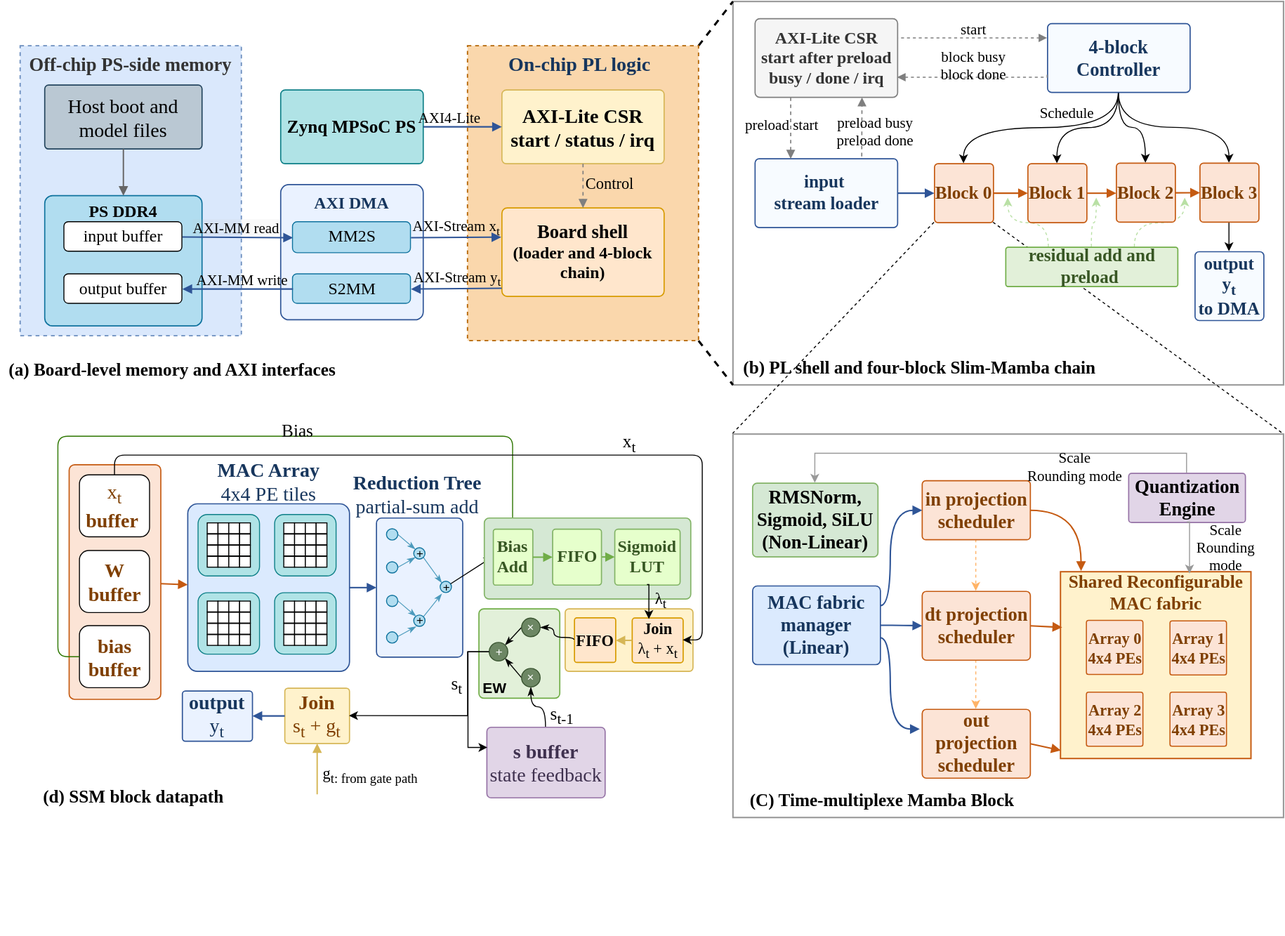
Above: thesis/generated_figures/tcas_hardware_architecture.svg in Elison-debug/Cmamba_reconstruct (draw.io), before the change. Source tidied: cells renumbered, new cells last; positions are measured from the earlier drawing's top-left corner, leaving out a move shared by most shapes.
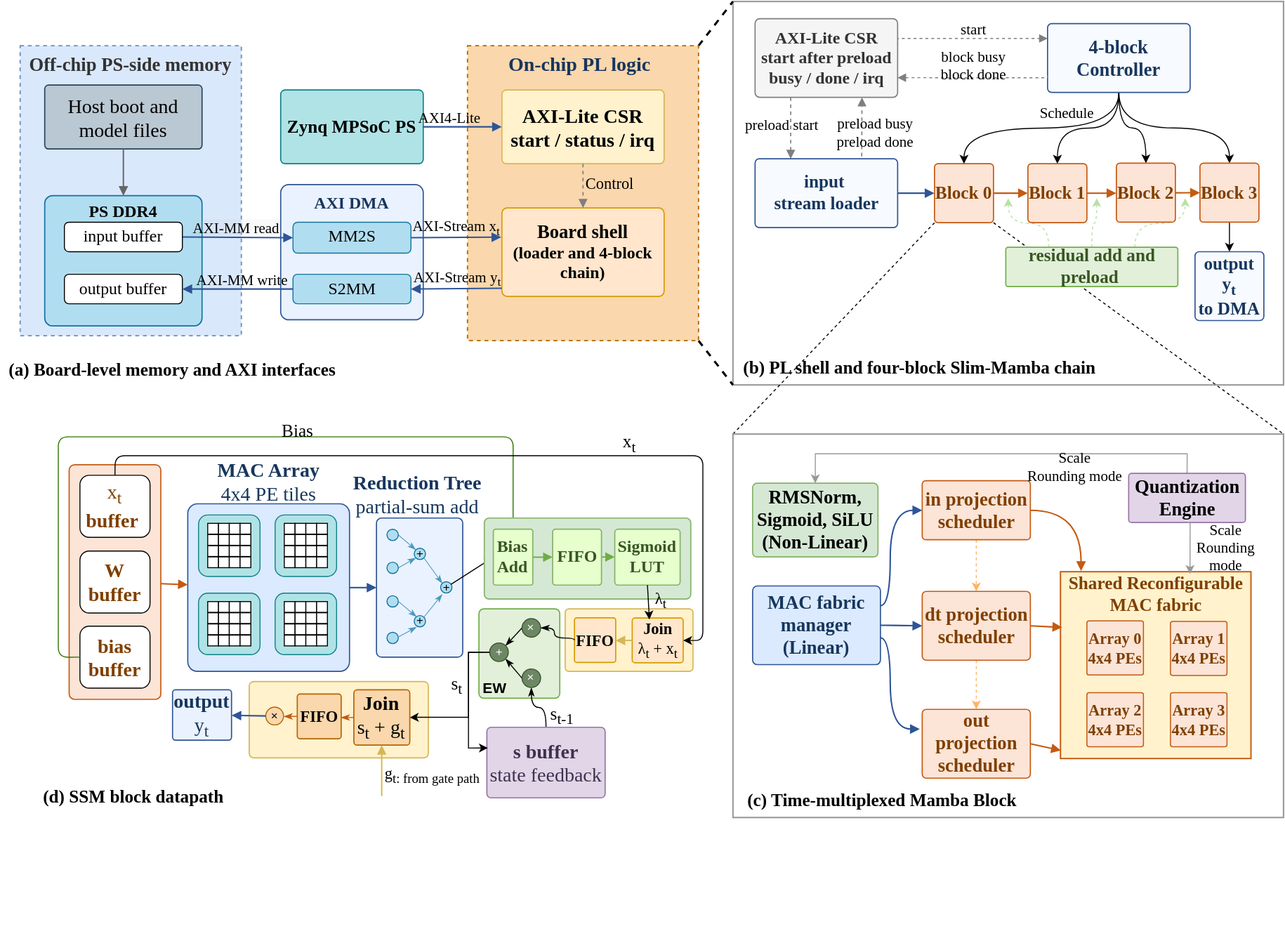
Later version of the same file.

Change to the diagram source:
```diff
@@ -2,6 +2,33 @@
   <root>
     <mxCell id="0" />
     <mxCell id="1" parent="0" />
+    <mxCell id="245" style="group;" parent="1" vertex="1">
+      <mxGeometry x="253" y="691.7" width="182.2" height="77.7" as="geometry" />
+    </mxCell>
+    <mxCell id="246" style="rounded=1;whiteSpace=wrap;html=1;arcSize=6;strokeColor=#d6b656;fillColor=#fff2cc;fontFamily=Times New Roman;fontSize=13;fontStyle=1;fontColor=#7F3F00;strokeWidth=1.2;" parent="245" vertex="1">
+      <mxGeometry width="182.2" height="77.7" as="geometry" />
+    </mxCell>
+    <mxCell id="247" value="×" style="ellipse;whiteSpace=wrap;html=1;fillColor=#fad7ac;strokeColor=#b46504;" parent="245" vertex="1">
+      <mxGeometry x="16.8" y="26" width="18.1" height="18.1" as="geometry" />
+    </mxCell>
+    <mxCell id="248" value="&lt;div&gt;&lt;font style=&quot;font-size: 16px;&quot;&gt;FIFO&lt;/font&gt;&lt;/div&gt;" style="rounded=1;whiteSpace=wrap;html=1;arcSize=6;strokeColor=#b46504;fillColor=#fad7ac;fontFamily=Times New Roman;fontSize=13;fontStyle=1;strokeWidth=1.2;" parent="245" vertex="1">
+      <mxGeometry x="48.9" y="12.7" width="44.6" height="45.5" as="geometry" />
+    </mxCell>
+    <mxCell id="101" value="&lt;div&gt;&lt;font style=&quot;color: light-dark(rgb(0, 0, 0), rgb(237, 237, 237));&quot;&gt;Join&lt;/font&gt;&lt;/div&gt;&lt;div&gt;&lt;span style=&quot;font-weight: normal;&quot;&gt;&lt;font style=&quot;color: light-dark(rgb(0, 0, 0), rgb(237, 237, 237));&quot;&gt;s&lt;sub style=&quot;&quot;&gt;t&lt;/sub&gt; + g&lt;sub style=&quot;&quot;&gt;t&lt;/sub&gt;&lt;/font&gt;&lt;/span&gt;&lt;/div&gt;" style="rounded=1;whiteSpace=wrap;html=1;arcSize=6;strokeColor=#b46504;fillColor=#fad7ac;fontFamily=Times New Roman;fontSize=20;fontStyle=1;strokeWidth=1.2;" parent="245" vertex="1">
+      <mxGeometry x="106.4" y="8.5" width="56.9" height="56.3" as="geometry" />
+    </mxCell>
+    <mxCell id="249" style="edgeStyle=orthogonalEdgeStyle;rounded=0;jettySize=auto;html=1;exitX=0;exitY=0.5;exitDx=0;exitDy=0;entryX=1;entryY=0.5;entryDx=0;entryDy=0;endArrow=classicThin;endFill=1;strokeColor=#C55A11;" parent="245" edge="1" source="248" target="247">
+      <mxGeometry relative="1" as="geometry" />
+    </mxCell>
+    <mxCell id="231" style="edgeStyle=orthogonalEdgeStyle;rounded=0;orthogonalLoop=1;jettySize=auto;html=1;entryX=1;entryY=0.5;entryDx=0;entryDy=0;endArrow=block;endFill=1;strokeWidth=1.4;strokeColor=light-dark(#d6b656, #ededed);" parent="245" edge="1">
+      <mxGeometry relative="1" as="geometry">
+        <mxPoint x="134.8" y="116.4" as="sourcePoint" />
+        <mxPoint x="134.8" y="64.7" as="targetPoint" />
+      </mxGeometry>
+    </mxCell>
+    <mxCell id="250" style="edgeStyle=orthogonalEdgeStyle;rounded=0;jettySize=auto;html=1;exitX=0;exitY=0.5;exitDx=0;exitDy=0;endArrow=classicThin;endFill=1;entryX=0.991;entryY=0.541;entryDx=0;entryDy=0;entryPerimeter=0;strokeColor=#C55A11;" parent="245" edge="1" source="101" target="248">
+      <mxGeometry relative="1" as="geometry" />
+    </mxCell>
     <mxCell id="2" style="rounded=0;whiteSpace=wrap;html=1;strokeColor=light-dark(#999999,#EDEDED);fillColor=none;fontFamily=Times New Roman;fontSize=18;fontStyle=1;fontColor=#000000;strokeWidth=1.5;" parent="1" vertex="1">
       <mxGeometry x="745" width="560" height="390" as="geometry" />
     </mxCell>
@@ -228,7 +255,7 @@
     <mxCell id="69" value="&lt;font face=&quot;Times New Roman&quot;&gt;block busy&lt;/font&gt;&lt;div&gt;&lt;font face=&quot;Times New Roman&quot;&gt;block done&lt;/font&gt;&lt;/div&gt;" style="text;html=1;whiteSpace=wrap;strokeColor=none;fillColor=none;align=center;verticalAlign=middle;rounded=0;fontSize=15;" parent="1" vertex="1">
       <mxGeometry x="950" y="54.5" width="80" height="20" as="geometry" />
     </mxCell>
-    <mxCell id="70" value="&lt;span style=&quot;font-family: &amp;quot;Times New Roman&amp;quot;; font-size: 18px; font-weight: 700;&quot;&gt;(C) Time-multiplexe Mamba Block&lt;/span&gt;" style="text;html=1;whiteSpace=wrap;strokeColor=none;fillColor=none;align=center;verticalAlign=middle;rounded=0;" parent="1" vertex="1">
+    <mxCell id="70" value="&lt;span style=&quot;font-family: &amp;quot;Times New Roman&amp;quot;; font-size: 18px; font-weight: 700;&quot;&gt;(c) Time-multiplexed Mamba Block&lt;/span&gt;" style="text;html=1;whiteSpace=wrap;strokeColor=none;fillColor=none;align=center;verticalAlign=middle;rounded=0;" parent="1" vertex="1">
       <mxGeometry x="757.5" y="797.5" width="277.5" height="30" as="geometry" />
     </mxCell>
     <mxCell id="71" value="&lt;span style=&quot;color: rgb(127, 63, 0); font-family: &amp;quot;Times New Roman&amp;quot;; font-weight: 700;&quot;&gt;&lt;font style=&quot;font-size: 18px;&quot;&gt;Shared Reconfigurable MAC fabric&lt;/font&gt;&lt;/span&gt;" style="text;html=1;whiteSpace=wrap;strokeColor=none;fillColor=none;align=center;verticalAlign=middle;rounded=0;fontSize=16;" parent="1" vertex="1">
@@ -337,9 +364,6 @@
     <mxCell id="100" value="&lt;div&gt;&lt;br&gt;&lt;/div&gt;" style="rounded=1;whiteSpace=wrap;html=1;arcSize=6;strokeColor=#70AD47;fillColor=#E2F0D9;fontFamily=Times New Roman;fontSize=13;fontStyle=1;fontColor=#375623;strokeWidth=1.2;" parent="1" vertex="1">
       <mxGeometry x="486.6" y="617.8" width="82.3" height="90.9" as="geometry" />
     </mxCell>
-    <mxCell id="101" value="&lt;div&gt;Join&lt;/div&gt;&lt;div&gt;&lt;span style=&quot;font-weight: normal;&quot;&gt;s&lt;sub&gt;t&lt;/sub&gt; + g&lt;sub&gt;t&lt;/sub&gt;&lt;/span&gt;&lt;/div&gt;" style="rounded=1;whiteSpace=wrap;html=1;arcSize=6;strokeColor=#d6b656;fillColor=#fff2cc;fontFamily=Times New Roman;fontSize=20;fontStyle=1;fontColor=#7F3F00;strokeWidth=1.2;" parent="1" vertex="1">
-      <mxGeometry x="289.2" y="698.4" width="65.8" height="56.3" as="geometry" />
-    </mxCell>
     <mxCell id="102" style="edgeStyle=orthogonalEdgeStyle;rounded=0;jettySize=auto;html=1;exitX=0.5;exitY=0;exitDx=0;exitDy=0;entryX=0.5;entryY=1;entryDx=0;entryDy=0;endArrow=classicThin;endFill=1;curved=1;" parent="1" edge="1" source="103" target="222">
       <mxGeometry relative="1" as="geometry" />
     </mxCell>
@@ -347,7 +371,7 @@
       <mxGeometry x="494.7" y="738.2" width="120.3" height="71.8" as="geometry" />
     </mxCell>
     <mxCell id="104" value="&lt;div&gt;output&lt;/div&gt;&lt;div&gt;&lt;span style=&quot;font-weight: normal;&quot;&gt;y&lt;sub&gt;t&lt;/sub&gt;&lt;/span&gt;&lt;/div&gt;" style="rounded=1;whiteSpace=wrap;html=1;arcSize=6;strokeColor=#2F5597;fillColor=#EAF2FF;fontFamily=Times New Roman;fontSize=20;fontStyle=1;fontColor=#17365D;strokeWidth=1.2;" parent="1" vertex="1">
-      <mxGeometry x="185" y="701.3" width="71.3" height="51.1" as="geometry" />
+      <mxGeometry x="175" y="700.2" width="60" height="51.1" as="geometry" />
     </mxCell>
     <mxCell id="105" value="&lt;span style=&quot;font-size: 18px; font-weight: 700;&quot;&gt;(d) SSM block datapath&lt;/span&gt;" style="text;html=1;whiteSpace=wrap;strokeColor=none;fillColor=none;align=center;verticalAlign=middle;rounded=0;fontFamily=Times New Roman;fontSize=16;fontStyle=1;fontColor=#000000;" parent="1" vertex="1">
       <mxGeometry x="15" y="782.3" width="241.3" height="54" as="geometry" />
@@ -358,7 +382,7 @@
     <mxCell id="107" style="endArrow=block;endFill=1;strokeColor=#2F5597;strokeWidth=1.5;fontFamily=Times New Roman;fontSize=12;fontColor=#17365D;labelBackgroundColor=#FFFFFF;entryX=0;entryY=0.5;entryDx=0;entryDy=0;" parent="1" edge="1" source="99" target="199">
       <mxGeometry relative="1" as="geometry" />
     </mxCell>
-    <mxCell id="108" style="endArrow=block;endFill=1;strokeColor=#2F5597;strokeWidth=1.5;fontFamily=Times New Roman;fontSize=12;fontColor=#17365D;labelBackgroundColor=#FFFFFF;" parent="1" edge="1" source="101" target="104">
+    <mxCell id="108" style="endArrow=block;endFill=1;strokeColor=#2F5597;strokeWidth=1.5;fontFamily=Times New Roman;fontSize=12;fontColor=#17365D;labelBackgroundColor=#FFFFFF;" parent="1" edge="1" source="247" target="104">
       <mxGeometry relative="1" as="geometry" />
     </mxCell>
     <mxCell id="109" value="&lt;div style=&quot;color: rgb(127, 63, 0); font-family: &amp;quot;Times New Roman&amp;quot;;&quot;&gt;&lt;span style=&quot;font-weight: normal; background-color: transparent;&quot;&gt;&lt;font&gt;x&lt;/font&gt;&lt;/span&gt;&lt;sub style=&quot;font-weight: normal; background-color: transparent;&quot;&gt;t &lt;/sub&gt;&lt;span style=&quot;background-color: transparent;&quot;&gt;&lt;font&gt;&lt;b&gt;buffer&lt;/b&gt;&lt;/font&gt;&lt;/span&gt;&lt;span style=&quot;font-weight: normal; background-color: transparent;&quot;&gt;&amp;nbsp;&lt;/span&gt;&lt;/div&gt;" style="rounded=1;whiteSpace=wrap;html=1;fontSize=20;" parent="1" vertex="1">
@@ -749,23 +773,17 @@
     <mxCell id="229" value="&lt;font face=&quot;Times New Roman&quot;&gt;&lt;span&gt;Bias&lt;/span&gt;&lt;/font&gt;" style="text;html=1;whiteSpace=wrap;strokeColor=none;fillColor=none;align=center;verticalAlign=middle;rounded=0;fontSize=18;" parent="1" vertex="1">
       <mxGeometry x="281.5" y="420" width="40.6" height="34.1" as="geometry" />
     </mxCell>
-    <mxCell id="230" style="edgeStyle=orthogonalEdgeStyle;rounded=0;jettySize=auto;html=1;exitX=0;exitY=0.5;exitDx=0;exitDy=0;" parent="1" edge="1" source="224">
+    <mxCell id="230" style="edgeStyle=orthogonalEdgeStyle;rounded=0;jettySize=auto;html=1;exitX=0;exitY=0.5;exitDx=0;exitDy=0;entryX=1;entryY=0.5;entryDx=0;entryDy=0;" parent="1" edge="1" source="224" target="101">
       <mxGeometry relative="1" as="geometry">
-        <mxPoint x="355" y="726.9" as="targetPoint" />
         <Array as="points">
-          <mxPoint x="475.6" y="662.1" />
-          <mxPoint x="475.6" y="726.9" />
+          <mxPoint x="476" y="662" />
+          <mxPoint x="476" y="728" />
+          <mxPoint x="425" y="728" />
         </Array>
       </mxGeometry>
     </mxCell>
-    <mxCell id="231" style="edgeStyle=orthogonalEdgeStyle;rounded=0;orthogonalLoop=1;jettySize=auto;html=1;entryX=1;entryY=0.5;entryDx=0;entryDy=0;endArrow=block;endFill=1;strokeWidth=1.4;strokeColor=light-dark(#d6b656, #ededed);" parent="1" edge="1">
-      <mxGeometry relative="1" as="geometry">
-        <mxPoint x="322.1" y="806.4" as="sourcePoint" />
-        <mxPoint x="322.1" y="754.7" as="targetPoint" />
-      </mxGeometry>
-    </mxCell>
     <mxCell id="232" value="&lt;font face=&quot;Times New Roman&quot;&gt;&lt;span&gt;g&lt;sub&gt;t: from gate path&lt;/sub&gt;&lt;/span&gt;&lt;/font&gt;" style="text;html=1;whiteSpace=wrap;strokeColor=none;fillColor=none;align=center;verticalAlign=middle;rounded=0;fontSize=16;" parent="1" vertex="1">
-      <mxGeometry x="315" y="770" width="122.9" height="34.1" as="geometry" />
+      <mxGeometry x="378.4" y="770" width="122.9" height="34.1" as="geometry" />
     </mxCell>
     <mxCell id="233" style="edgeStyle=orthogonalEdgeStyle;rounded=1;jettySize=auto;html=1;exitX=0.5;exitY=0;exitDx=0;exitDy=0;entryX=1;entryY=0.5;entryDx=0;entryDy=0;curved=0;" parent="1" edge="1" source="109" target="216">
       <mxGeometry relative="1" as="geometry" />
```
